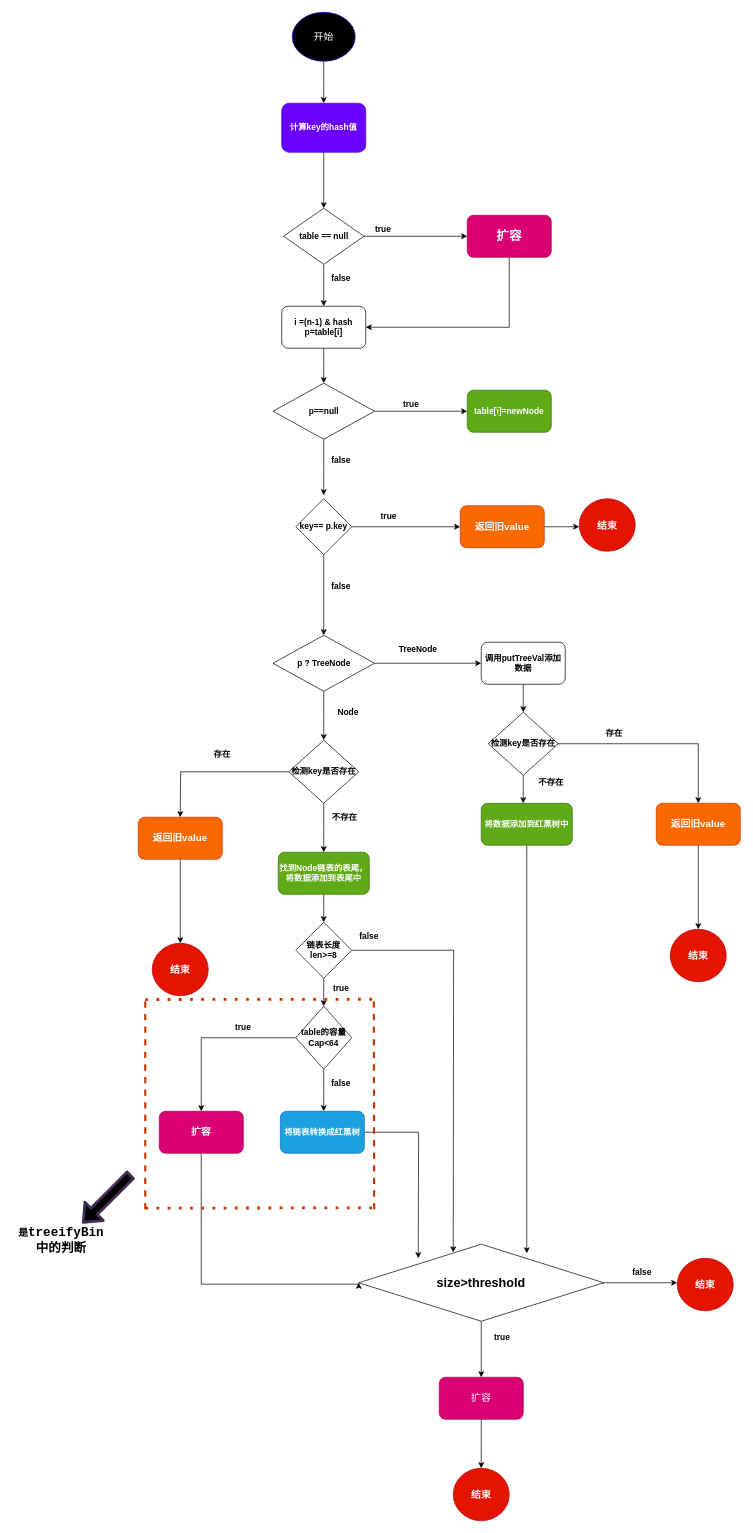
Before: HashMap/put.drawio in mydlxy/draw, a draw.io diagram. Source tidied: cells renumbered, new cells numbered last; positions are measured from the earlier drawing's top-left corner, leaving out a move shared by most shapes. Both pictures are drawn from the tidied source at 70%, with x=0, y=0 at pixel (12, 12).
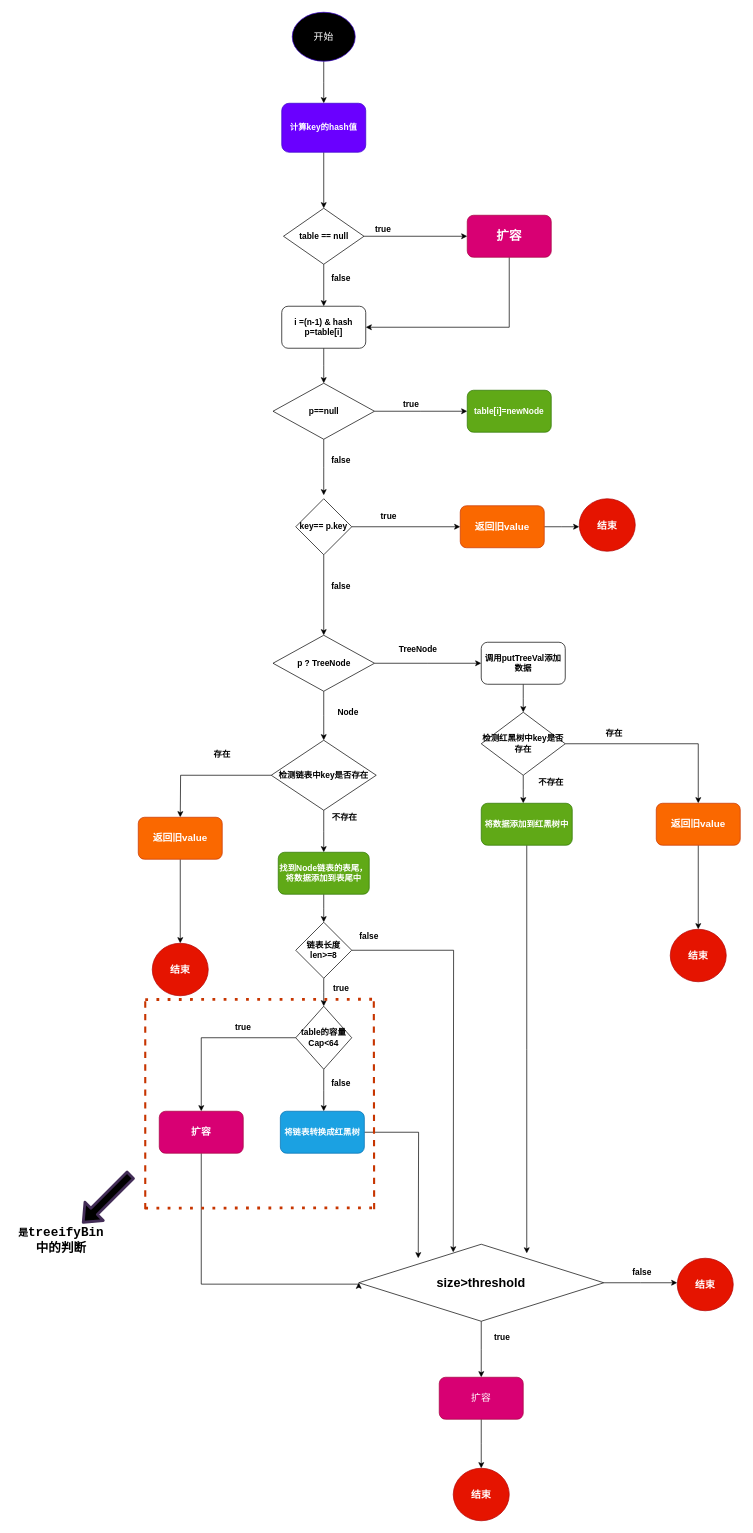
The same diagram, later.

Change to the diagram source:
```diff
@@
-    <mxCell id="37" value="&lt;b&gt;检测key是否存在&lt;/b&gt;" style="rhombus;whiteSpace=wrap;html=1;fillColor=#FFFFFF;" parent="1" vertex="1">
-      <mxGeometry x="680" y="1000" width="100" height="90" as="geometry" />
+    <mxCell id="37" value="&lt;b&gt;检测红黑树中key是否存在&lt;/b&gt;" style="rhombus;whiteSpace=wrap;html=1;fillColor=#FFFFFF;" parent="1" vertex="1">
+      <mxGeometry x="670" y="1000" width="120" height="90" as="geometry" />
     </mxCell>
@@
-    <mxCell id="48" value="&lt;b&gt;检测key是否存在&lt;/b&gt;" style="rhombus;whiteSpace=wrap;html=1;fillColor=#FFFFFF;" parent="1" vertex="1">
-      <mxGeometry x="395" y="1040" width="100" height="90" as="geometry" />
+    <mxCell id="48" value="&lt;b&gt;检测链表中key是否存在&lt;/b&gt;" style="rhombus;whiteSpace=wrap;html=1;fillColor=#FFFFFF;" parent="1" vertex="1">
+      <mxGeometry x="370" y="1040" width="150" height="100" as="geometry" />
     </mxCell>
```
